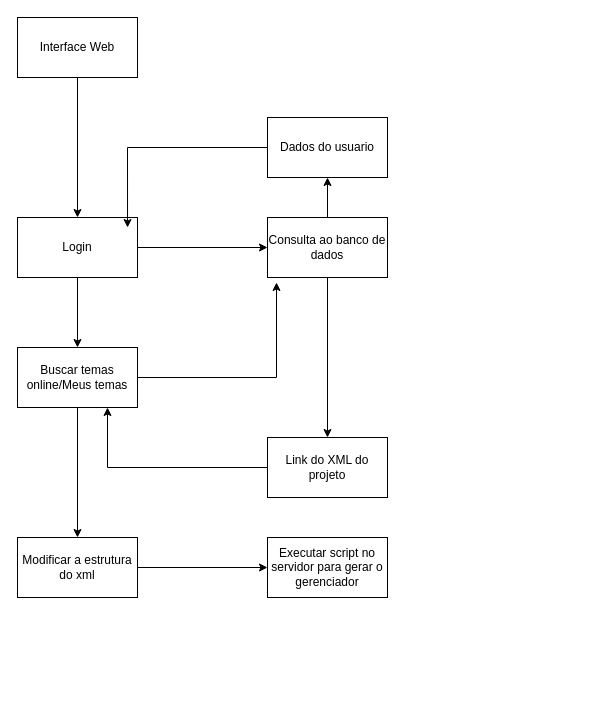
Earlier version of the draw.io diagram pre-projeto/arquitetura.drawio (msantoss16/tcc-nocode-projeto). Source tidied: cells renumbered, new cells numbered last; positions are measured from the earlier drawing's top-left corner, leaving out a move shared by most shapes. Both pictures are drawn from the tidied source at 100%, with x=0, y=0 at pixel (17, 17).
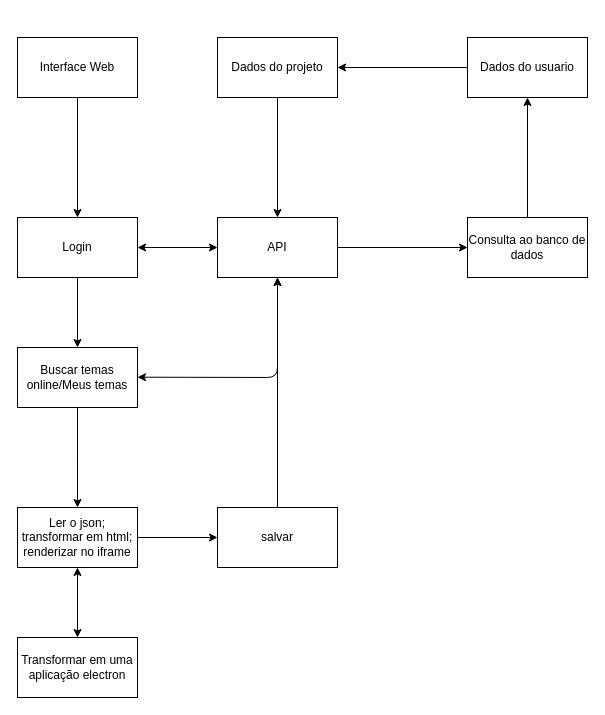
The same diagram, later.

The change refers to these unchanged cells:
```xml
<mxCell id="9" value="Login" style="rounded=0;whiteSpace=wrap;html=1;" parent="1" vertex="1">
  <mxGeometry y="200" width="120" height="60" as="geometry" />
</mxCell>
<mxCell id="14" value="Buscar temas online/Meus temas" style="rounded=0;whiteSpace=wrap;html=1;" parent="1" vertex="1">
  <mxGeometry y="330" width="120" height="60" as="geometry" />
</mxCell>
```

What changed in the source:
```diff
@@
     <mxCell id="3" value="Interface Web" style="rounded=0;whiteSpace=wrap;html=1;" parent="1" vertex="1">
-      <mxGeometry width="120" height="60" as="geometry" />
+      <mxGeometry y="20" width="120" height="60" as="geometry" />
     </mxCell>
@@
-    <mxCell id="5" style="edgeStyle=orthogonalEdgeStyle;rounded=0;jettySize=auto;html=1;entryX=0.5;entryY=0;entryDx=0;entryDy=0;" parent="1" edge="1" source="6" target="16">
-      <mxGeometry relative="1" as="geometry" />
-    </mxCell>
     <mxCell id="6" value="Consulta ao banco de dados" style="rounded=0;whiteSpace=wrap;html=1;" parent="1" vertex="1">
-      <mxGeometry x="250" y="200" width="120" height="60" as="geometry" />
+      <mxGeometry x="450" y="200" width="120" height="60" as="geometry" />
     </mxCell>
-    <mxCell id="7" style="edgeStyle=orthogonalEdgeStyle;rounded=0;jettySize=auto;html=1;entryX=0;entryY=0.5;entryDx=0;entryDy=0;" parent="1" edge="1" source="9" target="6">
+    <mxCell id="7" style="edgeStyle=orthogonalEdgeStyle;rounded=0;jettySize=auto;html=1;entryX=0;entryY=0.5;entryDx=0;entryDy=0;startArrow=none;" parent="1" edge="1" source="20" target="6">
       <mxGeometry relative="1" as="geometry" />
     </mxCell>
@@
-    <mxCell id="10" style="edgeStyle=orthogonalEdgeStyle;rounded=0;jettySize=auto;html=1;entryX=0.917;entryY=0.167;entryDx=0;entryDy=0;entryPerimeter=0;" parent="1" edge="1" source="11" target="9">
-      <mxGeometry relative="1" as="geometry" />
-    </mxCell>
     <mxCell id="11" value="Dados do usuario" style="rounded=0;whiteSpace=wrap;html=1;" parent="1" vertex="1">
-      <mxGeometry x="250" y="100" width="120" height="60" as="geometry" />
+      <mxGeometry x="450" y="20" width="120" height="60" as="geometry" />
     </mxCell>
-    <mxCell id="12" style="edgeStyle=orthogonalEdgeStyle;rounded=0;jettySize=auto;html=1;entryX=0.075;entryY=1.083;entryDx=0;entryDy=0;entryPerimeter=0;" parent="1" edge="1" source="14" target="6">
-      <mxGeometry relative="1" as="geometry" />
-    </mxCell>
-    <mxCell id="13" style="edgeStyle=orthogonalEdgeStyle;rounded=0;jettySize=auto;html=1;" parent="1" edge="1" source="14" target="18">
-      <mxGeometry relative="1" as="geometry" />
+    <mxCell id="13" style="edgeStyle=orthogonalEdgeStyle;rounded=0;jettySize=auto;html=1;" parent="1" edge="1" source="14">
+      <mxGeometry relative="1" as="geometry">
+        <mxPoint x="60" y="490" as="targetPoint" />
+      </mxGeometry>
     </mxCell>
@@
-    <mxCell id="15" style="edgeStyle=orthogonalEdgeStyle;rounded=0;jettySize=auto;html=1;entryX=0.75;entryY=1;entryDx=0;entryDy=0;" parent="1" edge="1" source="16" target="14">
-      <mxGeometry relative="1" as="geometry" />
-    </mxCell>
-    <mxCell id="16" value="Link do XML do projeto" style="rounded=0;whiteSpace=wrap;html=1;" parent="1" vertex="1">
-      <mxGeometry x="250" y="420" width="120" height="60" as="geometry" />
-    </mxCell>
-    <mxCell id="17" style="edgeStyle=orthogonalEdgeStyle;rounded=0;jettySize=auto;html=1;" parent="1" edge="1" source="18" target="19">
-      <mxGeometry relative="1" as="geometry" />
-    </mxCell>
-    <mxCell id="18" value="Modificar a estrutura do xml" style="rounded=0;whiteSpace=wrap;html=1;" parent="1" vertex="1">
-      <mxGeometry y="520" width="120" height="60" as="geometry" />
-    </mxCell>
-    <mxCell id="19" value="Executar script no servidor para gerar o gerenciador" style="rounded=0;whiteSpace=wrap;html=1;" parent="1" vertex="1">
-      <mxGeometry x="250" y="520" width="120" height="60" as="geometry" />
-    </mxCell>
+    <mxCell id="20" value="API" style="rounded=0;whiteSpace=wrap;html=1;" parent="1" vertex="1">
+      <mxGeometry x="200" y="200" width="120" height="60" as="geometry" />
+    </mxCell>
+    <mxCell id="21" style="endArrow=classic;startArrow=classic;html=1;exitX=1;exitY=0.5;exitDx=0;exitDy=0;entryX=0;entryY=0.5;entryDx=0;entryDy=0;" parent="1" edge="1" source="9" target="20">
+      <mxGeometry relative="1" as="geometry" />
+    </mxCell>
+    <mxCell id="22" style="endArrow=classic;startArrow=classic;html=1;entryX=0.5;entryY=1;entryDx=0;entryDy=0;" parent="1" edge="1" target="20">
+      <mxGeometry relative="1" as="geometry">
+        <mxPoint x="120" y="359.7" as="sourcePoint" />
+        <Array as="points">
+          <mxPoint x="260" y="360" />
+        </Array>
+      </mxGeometry>
+    </mxCell>
+    <mxCell id="23" value="Dados do projeto" style="rounded=0;whiteSpace=wrap;html=1;" parent="1" vertex="1">
+      <mxGeometry x="200" y="20" width="120" height="60" as="geometry" />
+    </mxCell>
+    <mxCell id="24" style="endArrow=classic;html=1;exitX=0;exitY=0.5;exitDx=0;exitDy=0;entryX=1;entryY=0.5;entryDx=0;entryDy=0;" parent="1" edge="1" source="11" target="23">
+      <mxGeometry relative="1" as="geometry" />
+    </mxCell>
+    <mxCell id="25" style="endArrow=classic;html=1;exitX=0.5;exitY=1;exitDx=0;exitDy=0;entryX=0.5;entryY=0;entryDx=0;entryDy=0;" parent="1" edge="1" source="23" target="20">
+      <mxGeometry relative="1" as="geometry" />
+    </mxCell>
+    <mxCell id="26" value="Ler o json; transformar em html; renderizar no iframe" style="rounded=0;whiteSpace=wrap;html=1;" parent="1" vertex="1">
+      <mxGeometry y="490" width="120" height="60" as="geometry" />
+    </mxCell>
+    <mxCell id="27" value="salvar" style="rounded=0;whiteSpace=wrap;html=1;" parent="1" vertex="1">
+      <mxGeometry x="200" y="490" width="120" height="60" as="geometry" />
+    </mxCell>
+    <mxCell id="28" style="endArrow=classic;html=1;exitX=1;exitY=0.5;exitDx=0;exitDy=0;entryX=0;entryY=0.5;entryDx=0;entryDy=0;" parent="1" edge="1" source="26" target="27">
+      <mxGeometry relative="1" as="geometry" />
+    </mxCell>
+    <mxCell id="29" style="endArrow=classic;html=1;exitX=0.5;exitY=0;exitDx=0;exitDy=0;entryX=0.5;entryY=1;entryDx=0;entryDy=0;" parent="1" edge="1" source="27" target="20">
+      <mxGeometry relative="1" as="geometry" />
+    </mxCell>
+    <mxCell id="30" value="Transformar em uma aplicação electron" style="rounded=0;whiteSpace=wrap;html=1;" parent="1" vertex="1">
+      <mxGeometry y="620" width="120" height="60" as="geometry" />
+    </mxCell>
+    <mxCell id="31" style="endArrow=classic;startArrow=classic;html=1;exitX=0.5;exitY=0;exitDx=0;exitDy=0;entryX=0.5;entryY=1;entryDx=0;entryDy=0;" parent="1" edge="1" source="30" target="26">
+      <mxGeometry relative="1" as="geometry" />
+    </mxCell>
```
